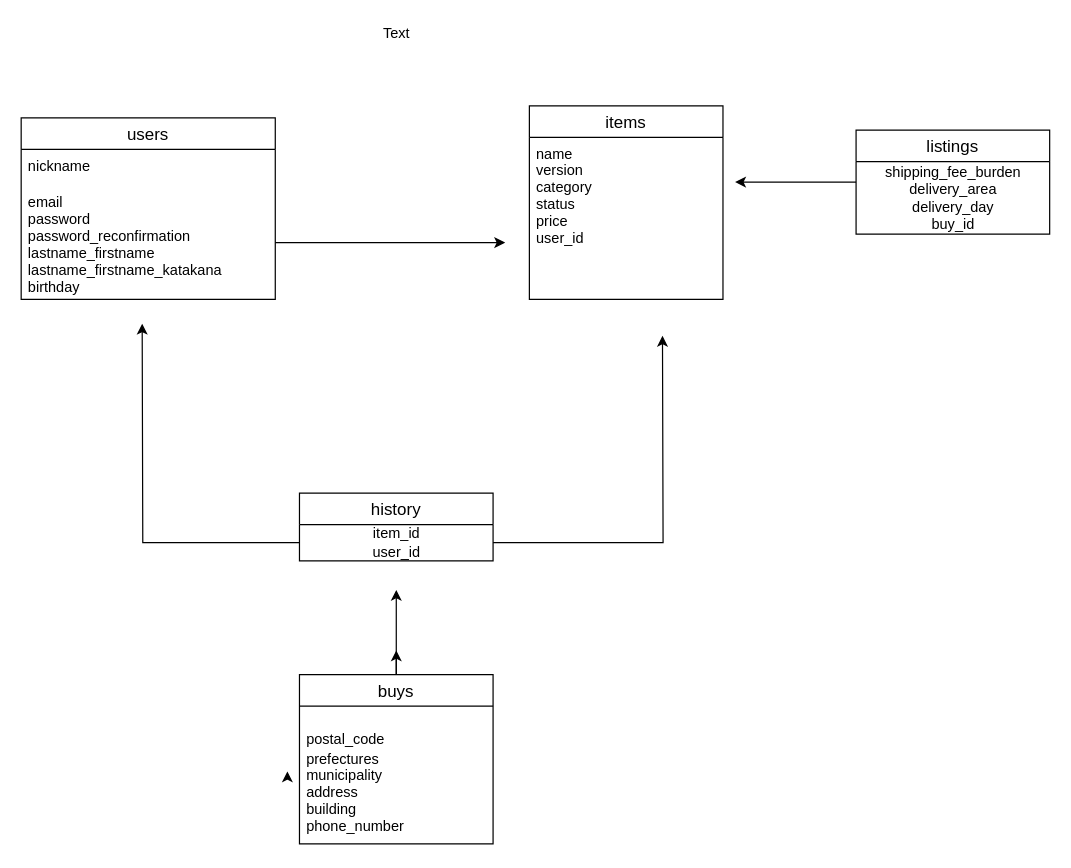
Above: furima.dio in yukiukisato/furima-34777 (draw.io), before the change. Source tidied: cells renumbered, new cells numbered last; positions are measured from the earlier drawing's top-left corner, leaving out a move shared by most shapes. Both pictures are drawn from the tidied source at 121%, with x=0, y=0 at pixel (21, 21).
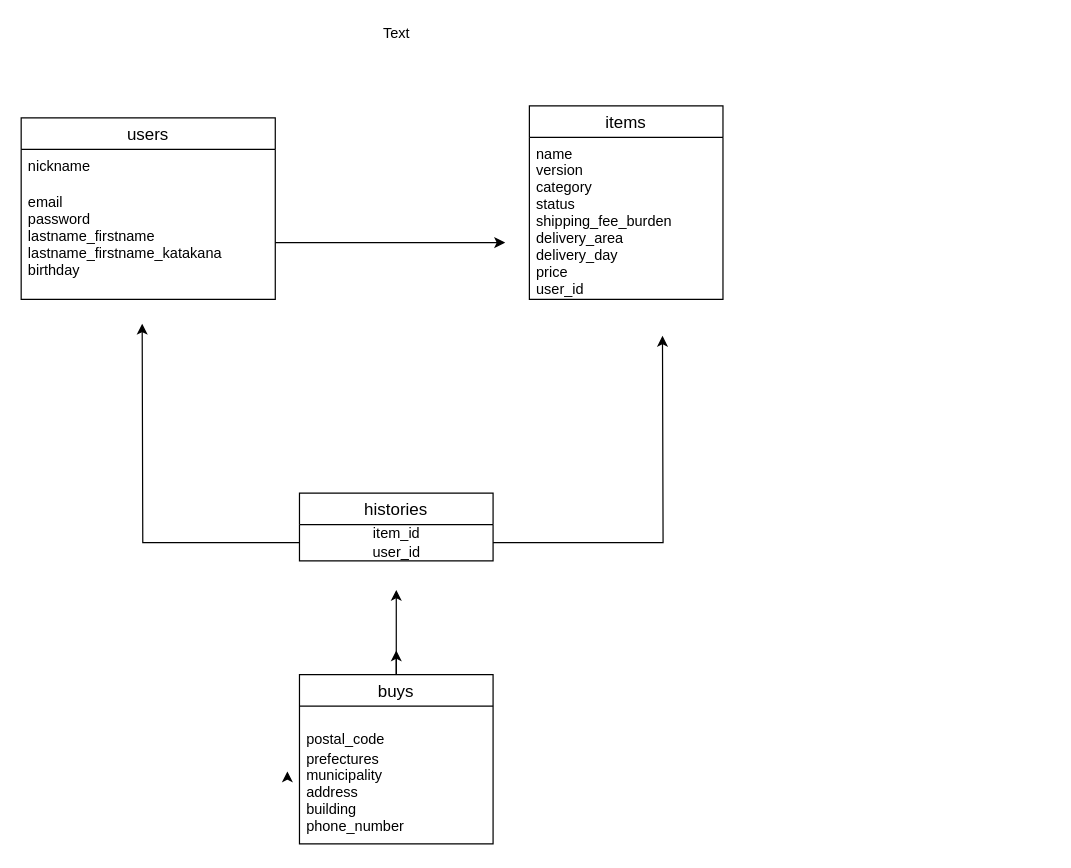
After the change.

Unchanged cells that the change refers to:
```xml
<mxCell id="2" value="users" style="swimlane;fontStyle=0;horizontal=1;startSize=26;align=center;fontSize=14;" parent="1" vertex="1">
  <mxGeometry y="80" width="210" height="150" as="geometry" />
</mxCell>
<mxCell id="5" value="items" style="swimlane;fontStyle=0;horizontal=1;startSize=26;align=center;fontSize=14;" parent="1" vertex="1">
  <mxGeometry x="420" y="70" width="160" height="160" as="geometry" />
</mxCell>
```

Change to the diagram source:
```diff
@@
-    <mxCell id="4" value="email&#10;password&#10;password_reconfirmation&#10;lastname_firstname&#10;lastname_firstname_katakana&#10;birthday" style="text;strokeColor=none;fillColor=none;spacingLeft=4;spacingRight=4;overflow=hidden;points=[[0,0.5],[1,0.5]];portConstraint=eastwest;fontSize=12;" parent="2" vertex="1">
+    <mxCell id="4" value="email&#10;password&#10;lastname_firstname&#10;lastname_firstname_katakana&#10;birthday" style="text;strokeColor=none;fillColor=none;spacingLeft=4;spacingRight=4;overflow=hidden;points=[[0,0.5],[1,0.5]];portConstraint=eastwest;fontSize=12;" parent="2" vertex="1">
       <mxGeometry y="56" width="210" height="94" as="geometry" />
     </mxCell>
@@
-    <mxCell id="6" value="name&#10;version&#10;category&#10;status&#10;price&#10;user_id" style="text;strokeColor=none;fillColor=none;spacingLeft=4;spacingRight=4;overflow=hidden;fontSize=12;" parent="5" vertex="1">
+    <mxCell id="6" value="name&#10;version&#10;category&#10;status&#10;shipping_fee_burden&#10;delivery_area&#10;delivery_day&#10;price&#10;user_id" style="text;strokeColor=none;fillColor=none;spacingLeft=4;spacingRight=4;overflow=hidden;fontSize=12;" parent="5" vertex="1">
       <mxGeometry y="26" width="160" height="134" as="geometry" />
     </mxCell>
@@
-    <mxCell id="13" value="history" style="swimlane;fontStyle=0;horizontal=1;startSize=26;align=center;fontSize=14;" parent="1" vertex="1">
+    <mxCell id="13" value="histories" style="swimlane;fontStyle=0;horizontal=1;startSize=26;align=center;fontSize=14;" parent="1" vertex="1">
       <mxGeometry x="230" y="390" width="160" height="56" as="geometry" />
     </mxCell>
@@
-    <mxCell id="16" style="edgeStyle=orthogonalEdgeStyle;rounded=0;jettySize=auto;html=1;" parent="1" edge="1" source="17">
-      <mxGeometry relative="1" as="geometry">
-        <mxPoint x="590" y="133" as="targetPoint" />
-      </mxGeometry>
-    </mxCell>
-    <mxCell id="17" value="listings" style="swimlane;fontStyle=0;horizontal=1;startSize=26;align=center;fontSize=14;" parent="1" vertex="1">
-      <mxGeometry x="690" y="90" width="160" height="86" as="geometry" />
-    </mxCell>
-    <mxCell id="18" value="&lt;span style=&quot;text-align: left&quot;&gt;shipping_fee_burden&lt;/span&gt;&lt;br style=&quot;padding: 0px ; margin: 0px ; text-align: left&quot;&gt;&lt;span style=&quot;text-align: left&quot;&gt;delivery_area&lt;br&gt;delivery_day&lt;br&gt;buy_id&lt;br&gt;&lt;/span&gt;" style="text;html=1;align=center;verticalAlign=middle;" parent="17" vertex="1">
-      <mxGeometry y="26" width="160" height="60" as="geometry" />
-    </mxCell>
```
